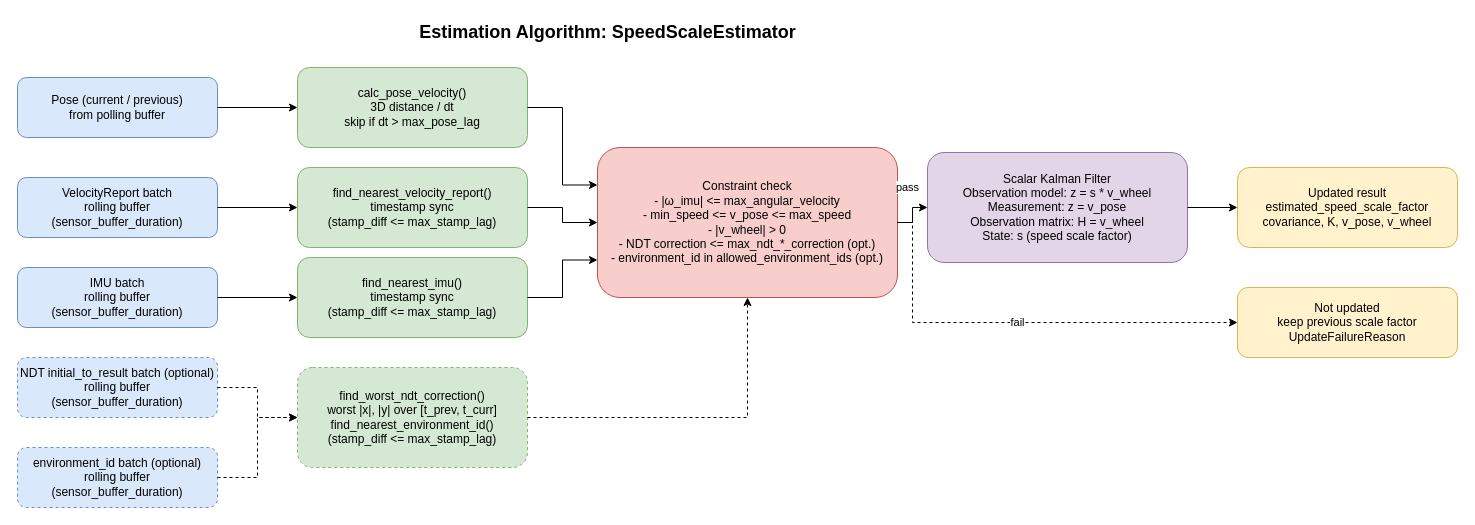
Earlier version of the draw.io diagram sensing/autoware_speed_scale_estimator/docs/block_diagram_algorithm.drawio (Motsu-san/autoware_universe). Source tidied: cells renumbered, new cells numbered last; positions are measured from the earlier drawing's top-left corner, leaving out a move shared by most shapes. Both pictures are drawn from the tidied source at 100%, with x=0, y=0 at pixel (17, 17).
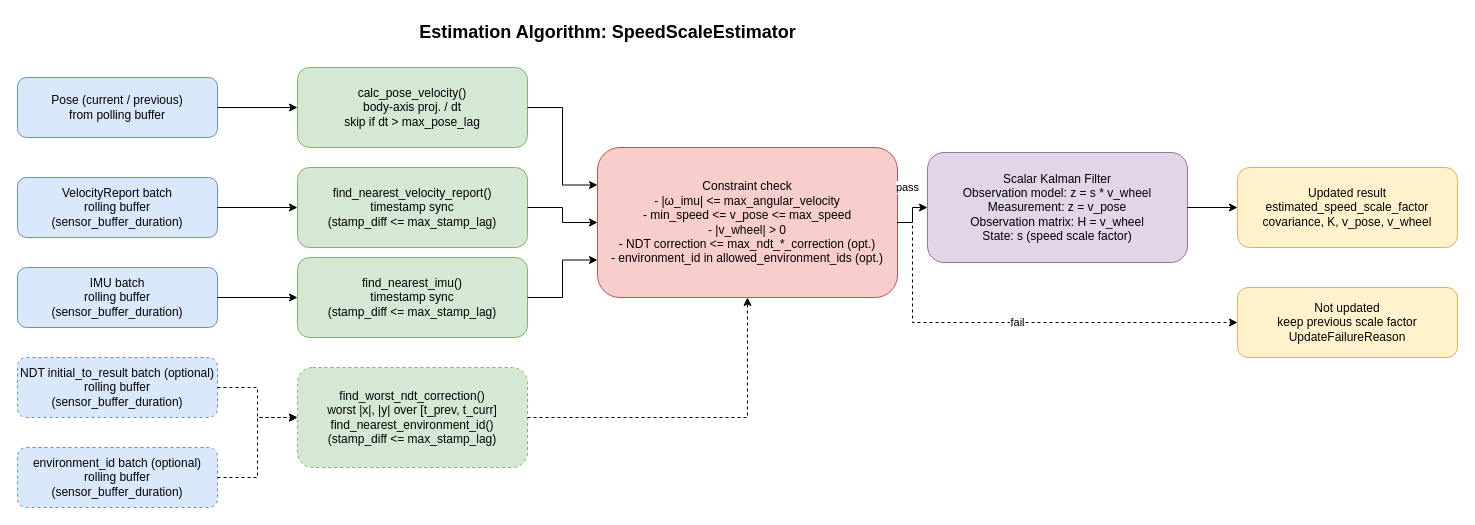
The same diagram, later.

Commit message (it also covers changes not shown here):
refactor: enhance pose velocity calculation and update configuration

What changed in the source:
```diff
@@
-    <mxCell id="6" value="calc_pose_velocity()&#10;3D distance / dt&#10;skip if dt &gt; max_pose_lag" style="rounded=1;whiteSpace=wrap;html=1;fillColor=#d5e8d4;strokeColor=#82b366;" parent="1" vertex="1">
+    <mxCell id="6" value="calc_pose_velocity()&#10;body-axis proj. / dt&#10;skip if dt &gt; max_pose_lag" style="rounded=1;whiteSpace=wrap;html=1;fillColor=#d5e8d4;strokeColor=#82b366;" parent="1" vertex="1">
       <mxGeometry x="280" y="50" width="230" height="80" as="geometry" />
     </mxCell>
```
